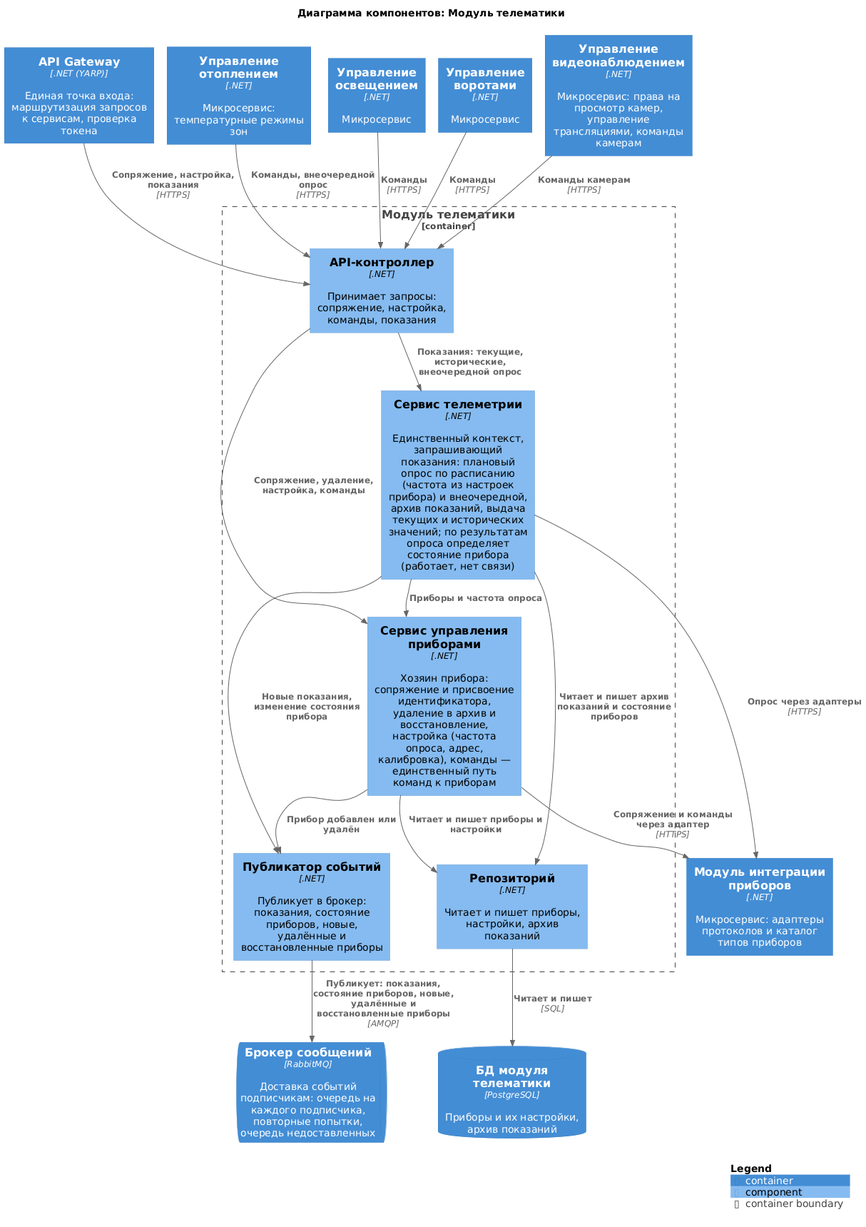
The PlantUML diagram diagrams/components/telematics.png in Lyamin-av/architecture-warmhouse, before a commit.
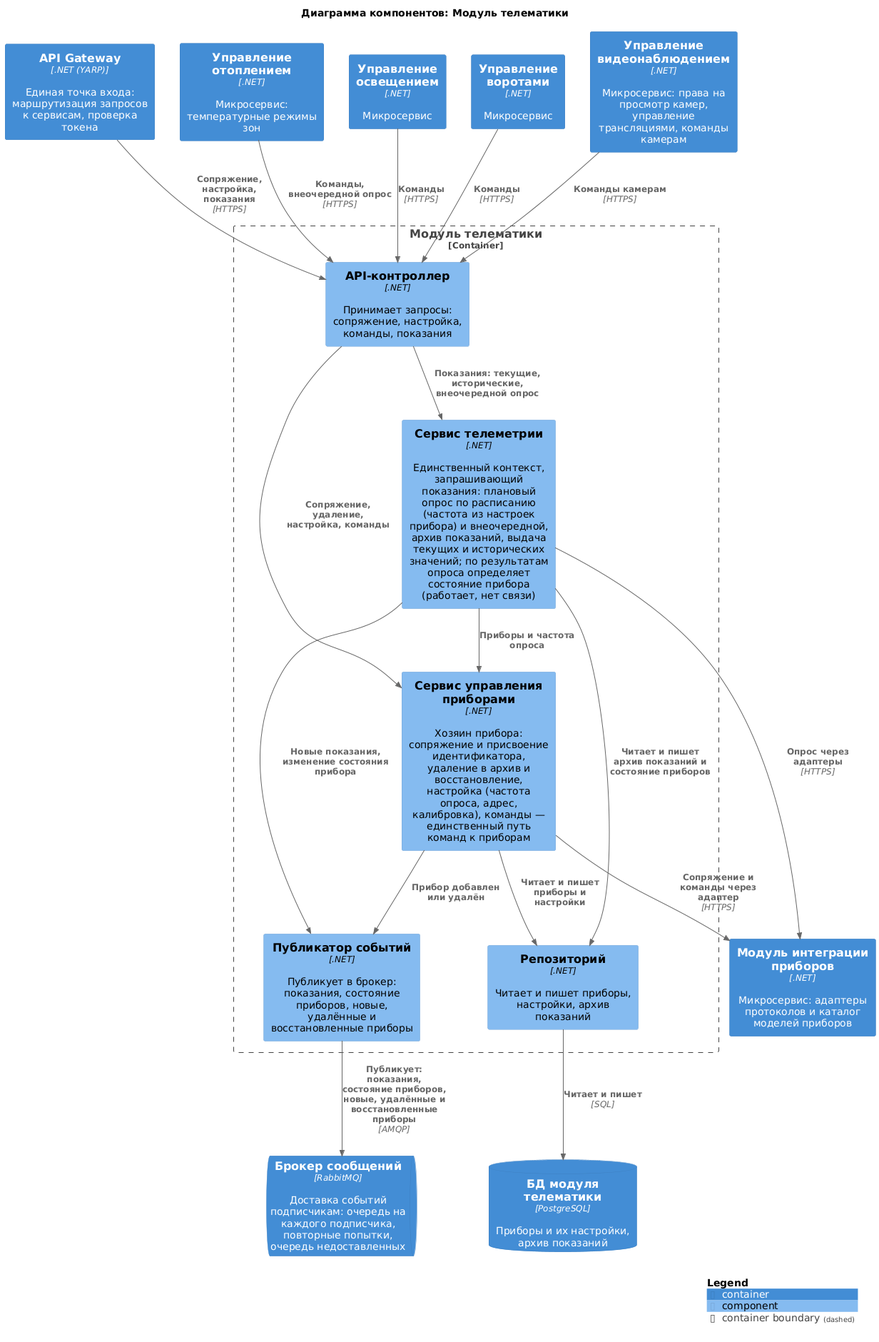
The same file after the commit.

The edit, as a diff of the source:
```diff
@@ -8,7 +8,7 @@
 Container(Lighting, "Управление освещением", ".NET", "Микросервис")
 Container(GateControl, "Управление воротами", ".NET", "Микросервис")
 Container(VideoControl, "Управление видеонаблюдением", ".NET", "Микросервис: права на просмотр камер, управление трансляциями, команды камерам")
-Container(DeviceIntegration, "Модуль интеграции приборов", ".NET", "Микросервис: адаптеры протоколов и каталог типов приборов")
+Container(DeviceIntegration, "Модуль интеграции приборов", ".NET", "Микросервис: адаптеры протоколов и каталог моделей приборов")
 ContainerQueue(Broker, "Брокер сообщений", "RabbitMQ", "Доставка событий подписчикам: очередь на каждого подписчика, повторные попытки, очередь недоставленных")
 ContainerDb(dbTelematics, "БД модуля телематики", "PostgreSQL", "Приборы и их настройки, архив показаний")
 
```
